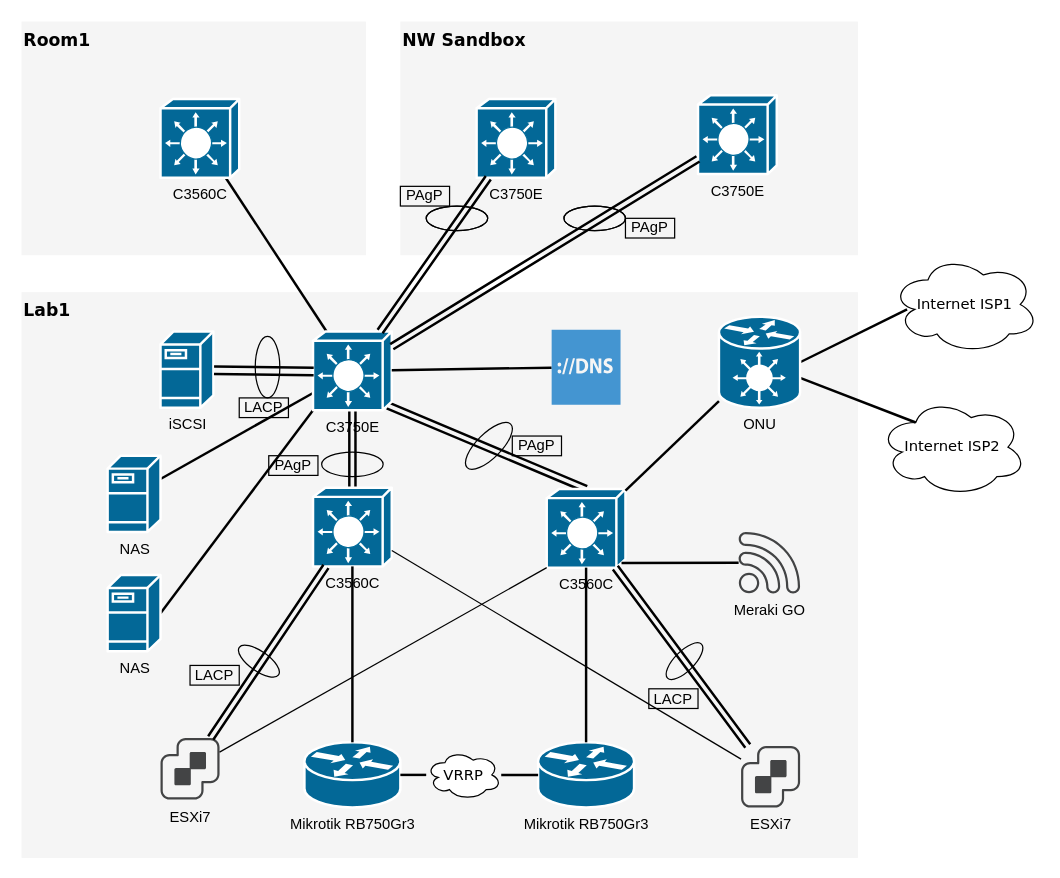
The draw.io diagram HomeNetwork_plan1.drawio in hirofumihida/drowio-home, before the edit. Source tidied: cells renumbered, new cells numbered last; positions are measured from the earlier drawing's top-left corner, leaving out a move shared by most shapes. Both pictures are drawn from the tidied source at 123%, with x=0, y=0 at pixel (21, 21).
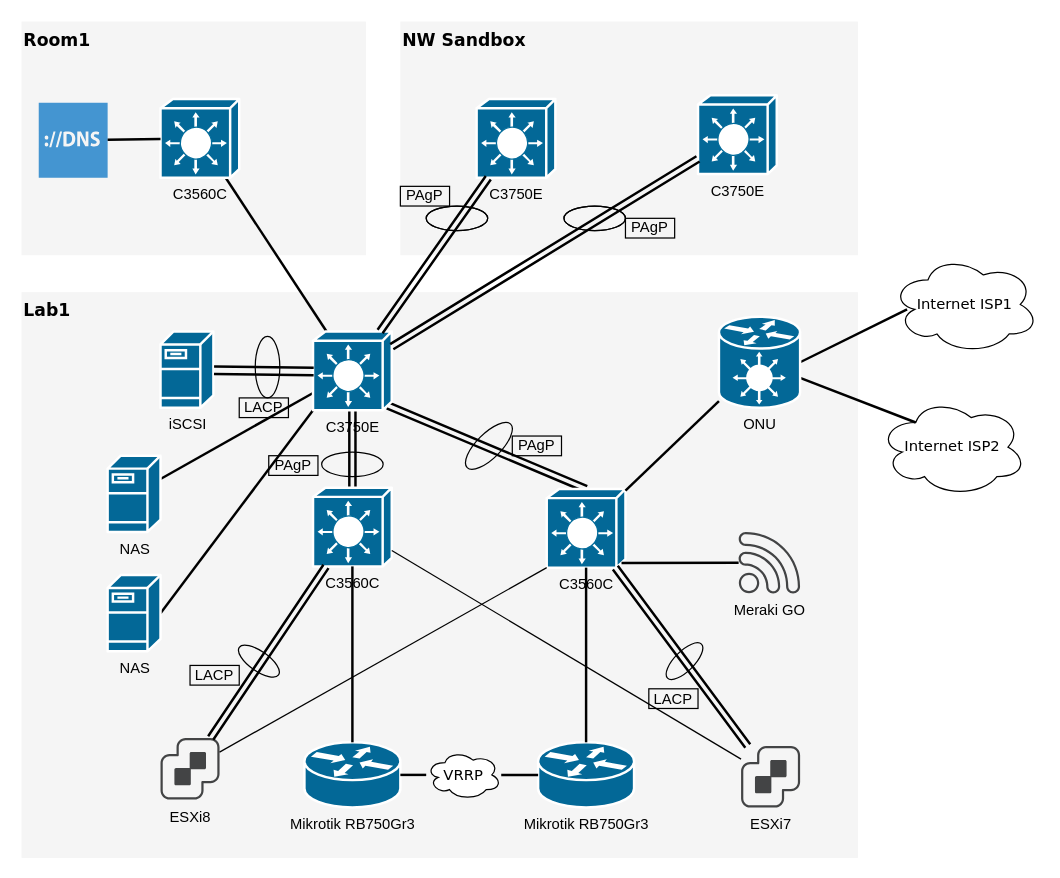
The same page after the edit.

Commit message:
HomeNetwork_plan1.drawio を更新します

The change refers to these unchanged cells:
```xml
<mxCell id="17" value="C3750E" style="shape=mxgraph.cisco.switches.layer_3_switch;sketch=0;html=1;dashed=0;fillColor=#036897;strokeColor=#ffffff;strokeWidth=2;verticalLabelPosition=bottom;verticalAlign=top;align=center;outlineConnect=0;" parent="1" vertex="1">
  <mxGeometry x="237" y="252" width="64" height="64" as="geometry" />
</mxCell>
<mxCell id="20" value="C&lt;span style=&quot;background-color: initial;&quot;&gt;3560C&lt;/span&gt;" style="shape=mxgraph.cisco.switches.layer_3_switch;sketch=0;html=1;dashed=0;fillColor=#036897;strokeColor=#ffffff;strokeWidth=2;verticalLabelPosition=bottom;verticalAlign=top;align=center;outlineConnect=0;" parent="1" vertex="1">
  <mxGeometry x="113" y="63" width="64" height="64" as="geometry" />
</mxCell>
```

Change to the diagram source:
```diff
@@
-    <mxCell id="53" style="edgeStyle=none;html=1;labelBackgroundColor=none;startFill=0;endArrow=none;endFill=0;strokeWidth=2;fontFamily=Verdana;fontSize=12;" parent="1" edge="1" source="17" target="59">
-      <mxGeometry relative="1" as="geometry" />
-    </mxCell>
@@
-    <mxCell id="55" value="ESXi7" style="sketch=0;shadow=0;dashed=0;html=1;strokeColor=none;fillColor=#434445;labelPosition=center;verticalLabelPosition=bottom;verticalAlign=top;align=center;outlineConnect=0;shape=mxgraph.vvd.vcenter_server;" parent="1" vertex="1">
+    <mxCell id="55" value="ESXi8" style="sketch=0;shadow=0;dashed=0;html=1;strokeColor=none;fillColor=#434445;labelPosition=center;verticalLabelPosition=bottom;verticalAlign=top;align=center;outlineConnect=0;shape=mxgraph.vvd.vcenter_server;" parent="1" vertex="1">
       <mxGeometry x="113" y="582.5" width="48" height="50" as="geometry" />
     </mxCell>
@@
-    <mxCell id="59" style="shadow=0;dashed=0;html=1;strokeColor=none;fillColor=#4495D1;labelPosition=center;verticalLabelPosition=bottom;verticalAlign=top;align=center;outlineConnect=0;shape=mxgraph.veeam.dns;" parent="1" vertex="1">
-      <mxGeometry x="431" y="250.5" width="56" height="61" as="geometry" />
-    </mxCell>
@@
+    <mxCell id="62" style="shadow=0;dashed=0;html=1;strokeColor=none;fillColor=#4495D1;labelPosition=center;verticalLabelPosition=bottom;verticalAlign=top;align=center;outlineConnect=0;shape=mxgraph.veeam.dns;" parent="1" vertex="1">
+      <mxGeometry x="14" y="66" width="56" height="61" as="geometry" />
+    </mxCell>
+    <mxCell id="63" style="edgeStyle=none;html=1;labelBackgroundColor=none;startFill=0;endArrow=none;endFill=0;strokeWidth=2;fontFamily=Verdana;fontSize=12;" parent="1" edge="1" source="62" target="20">
+      <mxGeometry relative="1" as="geometry" />
+    </mxCell>
```
